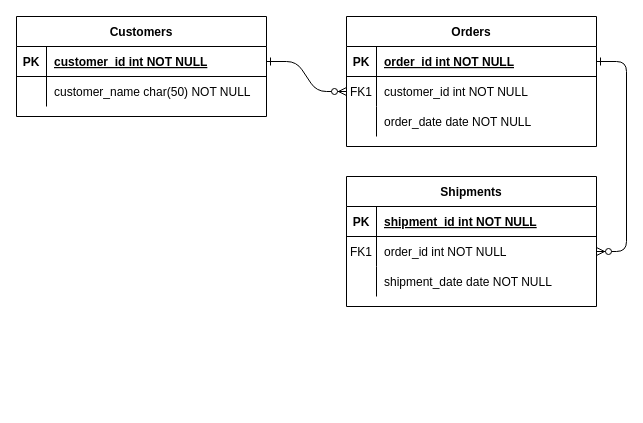
Above: Diagrama sin título.drawio in dan-931015/parte_1 (draw.io), before the change. Source tidied: cells renumbered, new cells numbered last; positions are measured from the earlier drawing's top-left corner, leaving out a move shared by most shapes. Both pictures are drawn from the tidied source at 100%, with x=0, y=0 at pixel (16, 16).
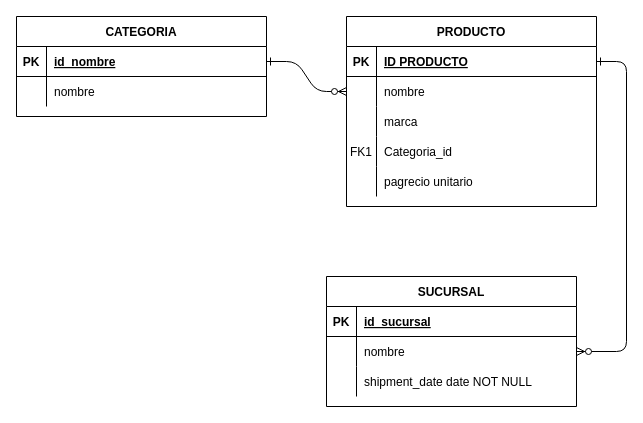
Above is the later version.

Unchanged cells that the change refers to:
```xml
<mxCell id="5" style="shape=partialRectangle;fillColor=none;points=[[0,0.5],[1,0.5]];portConstraint=eastwest;top=0;left=0;right=0;bottom=1;" parent="4" vertex="1">
  <mxGeometry y="30" width="250" height="30" as="geometry" />
</mxCell>
<mxCell id="8" style="shape=partialRectangle;fillColor=none;points=[[0,0.5],[1,0.5]];portConstraint=eastwest;top=0;left=0;right=0;bottom=0;" parent="4" vertex="1">
  <mxGeometry y="60" width="250" height="30" as="geometry" />
</mxCell>
<mxCell id="11" style="shape=partialRectangle;fillColor=none;top=0;left=0;right=0;bottom=0;" parent="4" vertex="1">
  <mxGeometry y="90" width="250" height="30" as="geometry" />
</mxCell>
<mxCell id="15" style="shape=partialRectangle;fillColor=none;top=0;left=0;right=0;bottom=1;" parent="14" vertex="1">
  <mxGeometry y="30" width="250" height="30" as="geometry" />
</mxCell>
<mxCell id="18" style="shape=partialRectangle;fillColor=none;points=[[0,0.5],[1,0.5]];portConstraint=eastwest;top=0;left=0;right=0;bottom=0;" parent="14" vertex="1">
  <mxGeometry y="60" width="250" height="30" as="geometry" />
</mxCell>
<mxCell id="25" style="shape=partialRectangle;fillColor=none;points=[[0,0.5],[1,0.5]];portConstraint=eastwest;top=0;left=0;right=0;bottom=1;" parent="24" vertex="1">
  <mxGeometry y="30" width="250" height="30" as="geometry" />
</mxCell>
<mxCell id="28" style="shape=partialRectangle;fillColor=none;top=0;left=0;right=0;bottom=0;" parent="24" vertex="1">
  <mxGeometry y="60" width="250" height="30" as="geometry" />
</mxCell>
```

Diff of the diagram source:
```diff
@@
-    <mxCell id="4" value="Orders" style="shape=table;startSize=30;childLayout=tableLayout;rowLines=0;fontStyle=1;align=center;" parent="1" vertex="1">
-      <mxGeometry x="330" width="250" height="130" as="geometry" />
+    <mxCell id="4" value="PRODUCTO" style="shape=table;startSize=30;childLayout=tableLayout;rowLines=0;fontStyle=1;align=center;" parent="1" vertex="1">
+      <mxGeometry x="330" width="250" height="190" as="geometry" />
     </mxCell>
@@
-    <mxCell id="7" value="order_id int NOT NULL " style="shape=partialRectangle;overflow=hidden;fillColor=none;top=0;left=0;bottom=0;right=0;align=left;spacingLeft=6;fontStyle=5;" parent="5" vertex="1">
+    <mxCell id="7" value="ID PRODUCTO" style="shape=partialRectangle;overflow=hidden;fillColor=none;top=0;left=0;bottom=0;right=0;align=left;spacingLeft=6;fontStyle=5;" parent="5" vertex="1">
       <mxGeometry x="30" width="220" height="30" as="geometry" />
     </mxCell>
@@
-    <mxCell id="9" value="FK1" style="shape=partialRectangle;overflow=hidden;fillColor=none;top=0;left=0;bottom=0;right=0;" parent="8" vertex="1">
+    <mxCell id="9" style="shape=partialRectangle;overflow=hidden;fillColor=none;top=0;left=0;bottom=0;right=0;" parent="8" vertex="1">
       <mxGeometry width="30" height="30" as="geometry" />
     </mxCell>
-    <mxCell id="10" value="customer_id int NOT NULL" style="shape=partialRectangle;overflow=hidden;fillColor=none;top=0;left=0;bottom=0;right=0;align=left;spacingLeft=6;" parent="8" vertex="1">
+    <mxCell id="10" value="nombre " style="shape=partialRectangle;overflow=hidden;fillColor=none;top=0;left=0;bottom=0;right=0;align=left;spacingLeft=6;" parent="8" vertex="1">
       <mxGeometry x="30" width="220" height="30" as="geometry" />
     </mxCell>
@@
-    <mxCell id="13" value="order_date date NOT NULL" style="shape=partialRectangle;overflow=hidden;fillColor=none;top=0;left=0;bottom=0;right=0;align=left;spacingLeft=6;" parent="11" vertex="1">
+    <mxCell id="13" value="marca" style="shape=partialRectangle;overflow=hidden;fillColor=none;top=0;left=0;bottom=0;right=0;align=left;spacingLeft=6;" parent="11" vertex="1">
       <mxGeometry x="30" width="220" height="30" as="geometry" />
     </mxCell>
+    <mxCell id="31" style="shape=partialRectangle;fillColor=none;top=0;left=0;right=0;bottom=0;" parent="4" vertex="1">
+      <mxGeometry y="120" width="250" height="30" as="geometry" />
+    </mxCell>
+    <mxCell id="32" value="FK1" style="shape=partialRectangle;overflow=hidden;fillColor=none;top=0;left=0;bottom=0;right=0;" parent="31" vertex="1">
+      <mxGeometry width="30" height="30" as="geometry" />
+    </mxCell>
+    <mxCell id="33" value="Categoria_id" style="shape=partialRectangle;overflow=hidden;fillColor=none;top=0;left=0;bottom=0;right=0;align=left;spacingLeft=6;" parent="31" vertex="1">
+      <mxGeometry x="30" width="220" height="30" as="geometry" />
+    </mxCell>
+    <mxCell id="34" style="shape=partialRectangle;fillColor=none;top=0;left=0;right=0;bottom=0;" parent="4" vertex="1">
+      <mxGeometry y="150" width="250" height="30" as="geometry" />
+    </mxCell>
+    <mxCell id="35" style="shape=partialRectangle;overflow=hidden;fillColor=none;top=0;left=0;bottom=0;right=0;" parent="34" vertex="1">
+      <mxGeometry width="30" height="30" as="geometry" />
+    </mxCell>
+    <mxCell id="36" value="pagrecio unitario" style="shape=partialRectangle;overflow=hidden;fillColor=none;top=0;left=0;bottom=0;right=0;align=left;spacingLeft=6;" parent="34" vertex="1">
+      <mxGeometry x="30" width="220" height="30" as="geometry" />
+    </mxCell>
-    <mxCell id="14" value="Shipments" style="shape=table;startSize=30;childLayout=tableLayout;rowLines=0;fontStyle=1;align=center;" parent="1" vertex="1">
-      <mxGeometry x="330" y="160" width="250" height="130" as="geometry" />
+    <mxCell id="14" value="SUCURSAL" style="shape=table;startSize=30;childLayout=tableLayout;rowLines=0;fontStyle=1;align=center;" parent="1" vertex="1">
+      <mxGeometry x="310" y="260" width="250" height="130" as="geometry" />
     </mxCell>
@@
-    <mxCell id="17" value="shipment_id int NOT NULL " style="shape=partialRectangle;overflow=hidden;fillColor=none;top=0;left=0;bottom=0;right=0;align=left;spacingLeft=6;fontStyle=5;" parent="15" vertex="1">
+    <mxCell id="17" value="id_sucursal" style="shape=partialRectangle;overflow=hidden;fillColor=none;top=0;left=0;bottom=0;right=0;align=left;spacingLeft=6;fontStyle=5;" parent="15" vertex="1">
       <mxGeometry x="30" width="220" height="30" as="geometry" />
     </mxCell>
@@
-    <mxCell id="19" value="FK1" style="shape=partialRectangle;overflow=hidden;fillColor=none;top=0;left=0;bottom=0;right=0;" parent="18" vertex="1">
+    <mxCell id="19" style="shape=partialRectangle;overflow=hidden;fillColor=none;top=0;left=0;bottom=0;right=0;" parent="18" vertex="1">
       <mxGeometry width="30" height="30" as="geometry" />
     </mxCell>
-    <mxCell id="20" value="order_id int NOT NULL" style="shape=partialRectangle;overflow=hidden;fillColor=none;top=0;left=0;bottom=0;right=0;align=left;spacingLeft=6;" parent="18" vertex="1">
+    <mxCell id="20" value="nombre" style="shape=partialRectangle;overflow=hidden;fillColor=none;top=0;left=0;bottom=0;right=0;align=left;spacingLeft=6;" parent="18" vertex="1">
       <mxGeometry x="30" width="220" height="30" as="geometry" />
     </mxCell>
@@
-    <mxCell id="24" value="Customers" style="shape=table;startSize=30;childLayout=tableLayout;rowLines=0;fontStyle=1;align=center;" parent="1" vertex="1">
+    <mxCell id="24" value="CATEGORIA" style="shape=table;startSize=30;childLayout=tableLayout;rowLines=0;fontStyle=1;align=center;" parent="1" vertex="1">
       <mxGeometry width="250" height="100" as="geometry" />
     </mxCell>
@@
-    <mxCell id="27" value="customer_id int NOT NULL " style="shape=partialRectangle;overflow=hidden;fillColor=none;top=0;left=0;bottom=0;right=0;align=left;spacingLeft=6;fontStyle=5;" parent="25" vertex="1">
+    <mxCell id="27" value="id_nombre" style="shape=partialRectangle;overflow=hidden;fillColor=none;top=0;left=0;bottom=0;right=0;align=left;spacingLeft=6;fontStyle=5;" parent="25" vertex="1">
       <mxGeometry x="30" width="220" height="30" as="geometry" />
     </mxCell>
@@
-    <mxCell id="30" value="customer_name char(50) NOT NULL" style="shape=partialRectangle;overflow=hidden;fillColor=none;top=0;left=0;bottom=0;right=0;align=left;spacingLeft=6;" parent="28" vertex="1">
+    <mxCell id="30" value="nombre" style="shape=partialRectangle;overflow=hidden;fillColor=none;top=0;left=0;bottom=0;right=0;align=left;spacingLeft=6;" parent="28" vertex="1">
       <mxGeometry x="30" width="220" height="30" as="geometry" />
     </mxCell>
```
